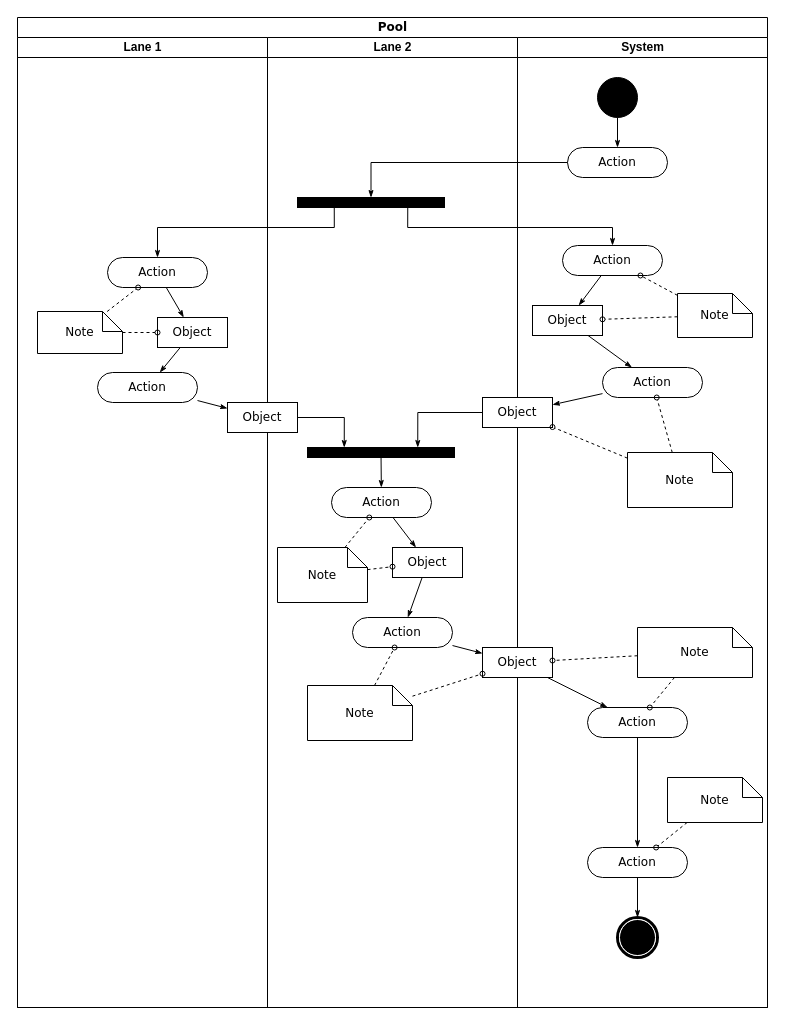
Earlier version of the draw.io diagram page "Page-1" (1 of 4) of Use_Case.drawio (bgabrielma/ES_Project). Source tidied: cells renumbered, new cells numbered last; positions are measured from the earlier drawing's top-left corner, leaving out a move shared by most shapes. Both pictures are drawn from the tidied source at 100%, with x=0, y=0 at pixel (17, 17).
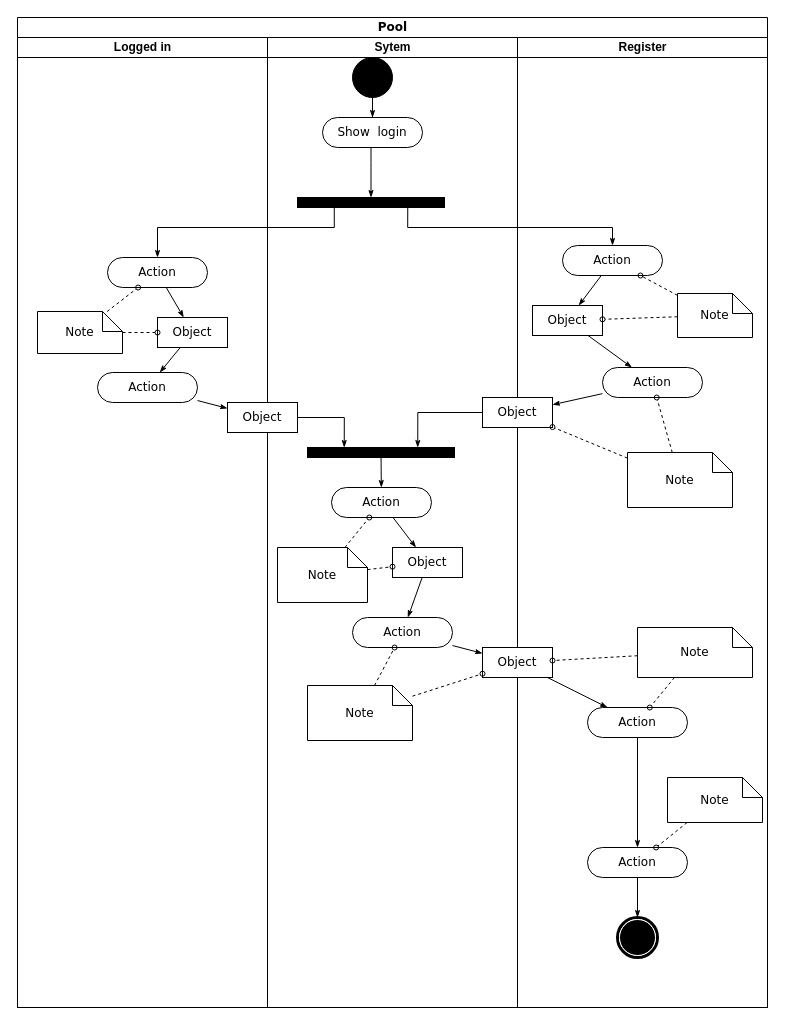
Above is the later version.

The change refers to these unchanged cells:
```xml
<mxCell id="2" value="Pool" style="swimlane;html=1;startSize=20;rounded=0;shadow=0;comic=0;labelBackgroundColor=none;strokeWidth=1;fontFamily=Verdana;fontSize=12;align=center;" parent="1" vertex="1">
  <mxGeometry width="750" height="990" as="geometry" />
</mxCell>
<mxCell id="13" style="whiteSpace=wrap;html=1;rounded=0;shadow=0;comic=0;labelBackgroundColor=none;strokeWidth=1;fillColor=#000000;fontFamily=Verdana;fontSize=12;align=center;rotation=0;" parent="12" vertex="1">
  <mxGeometry x="30" y="160" width="147" height="10" as="geometry" />
</mxCell>
```

The edit, as a diff of the source:
```diff
@@
-    <mxCell id="3" value="Lane 1" style="swimlane;html=1;startSize=20;" parent="2" vertex="1">
+    <mxCell id="3" value="Logged in" style="swimlane;html=1;startSize=20;" parent="2" vertex="1">
       <mxGeometry y="20" width="250" height="970" as="geometry" />
     </mxCell>
@@
-    <mxCell id="12" value="Lane 2" style="swimlane;html=1;startSize=20;" parent="2" vertex="1">
+    <mxCell id="12" value="Sytem" style="swimlane;html=1;startSize=20;" parent="2" vertex="1">
       <mxGeometry x="250" y="20" width="250" height="970" as="geometry" />
     </mxCell>
@@
-    <mxCell id="28" value="System" style="swimlane;html=1;startSize=20;" parent="2" vertex="1">
-      <mxGeometry x="500" y="20" width="250" height="970" as="geometry" />
-    </mxCell>
-    <mxCell id="29" style="edgeStyle=orthogonalEdgeStyle;rounded=0;html=1;labelBackgroundColor=none;startArrow=none;startFill=0;startSize=5;endArrow=classicThin;endFill=1;endSize=5;jettySize=auto;strokeWidth=1;fontFamily=Verdana;fontSize=12;" parent="28" edge="1" source="30" target="31">
-      <mxGeometry relative="1" as="geometry" />
-    </mxCell>
-    <mxCell id="30" style="ellipse;whiteSpace=wrap;html=1;rounded=0;shadow=0;comic=0;labelBackgroundColor=none;strokeWidth=1;fillColor=#000000;fontFamily=Verdana;fontSize=12;align=center;" parent="28" vertex="1">
-      <mxGeometry x="80" y="40" width="40" height="40" as="geometry" />
+    <mxCell id="30" style="ellipse;whiteSpace=wrap;html=1;rounded=0;shadow=0;comic=0;labelBackgroundColor=none;strokeWidth=1;fillColor=#000000;fontFamily=Verdana;fontSize=12;align=center;" parent="12" vertex="1">
+      <mxGeometry x="85" y="20" width="40" height="40" as="geometry" />
     </mxCell>
-    <mxCell id="31" value="Action" style="rounded=1;whiteSpace=wrap;html=1;shadow=0;comic=0;labelBackgroundColor=none;strokeWidth=1;fontFamily=Verdana;fontSize=12;align=center;arcSize=50;" parent="28" vertex="1">
-      <mxGeometry x="50" y="110" width="100" height="30" as="geometry" />
+    <mxCell id="31" value="Show&amp;nbsp; login" style="rounded=1;whiteSpace=wrap;html=1;shadow=0;comic=0;labelBackgroundColor=none;strokeWidth=1;fontFamily=Verdana;fontSize=12;align=center;arcSize=50;" parent="12" vertex="1">
+      <mxGeometry x="55" y="80" width="100" height="30" as="geometry" />
     </mxCell>
+    <mxCell id="57" style="edgeStyle=orthogonalEdgeStyle;rounded=0;html=1;entryX=0.5;entryY=0;labelBackgroundColor=none;startArrow=none;startFill=0;startSize=5;endArrow=classicThin;endFill=1;endSize=5;jettySize=auto;strokeWidth=1;fontFamily=Verdana;fontSize=12;" parent="12" edge="1" source="31" target="13">
+      <mxGeometry relative="1" as="geometry">
+        <Array as="points">
+          <mxPoint x="104" y="125" />
+        </Array>
+      </mxGeometry>
+    </mxCell>
+    <mxCell id="29" style="edgeStyle=orthogonalEdgeStyle;rounded=0;html=1;labelBackgroundColor=none;startArrow=none;startFill=0;startSize=5;endArrow=classicThin;endFill=1;endSize=5;jettySize=auto;strokeWidth=1;fontFamily=Verdana;fontSize=12;" parent="12" edge="1" source="30" target="31">
+      <mxGeometry relative="1" as="geometry" />
+    </mxCell>
+    <mxCell id="28" value="Register" style="swimlane;html=1;startSize=20;" parent="2" vertex="1">
+      <mxGeometry x="500" y="20" width="250" height="970" as="geometry" />
+    </mxCell>
@@
-    <mxCell id="57" style="edgeStyle=orthogonalEdgeStyle;rounded=0;html=1;entryX=0.5;entryY=0;labelBackgroundColor=none;startArrow=none;startFill=0;startSize=5;endArrow=classicThin;endFill=1;endSize=5;jettySize=auto;strokeWidth=1;fontFamily=Verdana;fontSize=12;" parent="2" edge="1" source="31" target="13">
-      <mxGeometry relative="1" as="geometry">
-        <Array as="points">
-          <mxPoint x="354" y="145" />
-        </Array>
-      </mxGeometry>
-    </mxCell>
```
